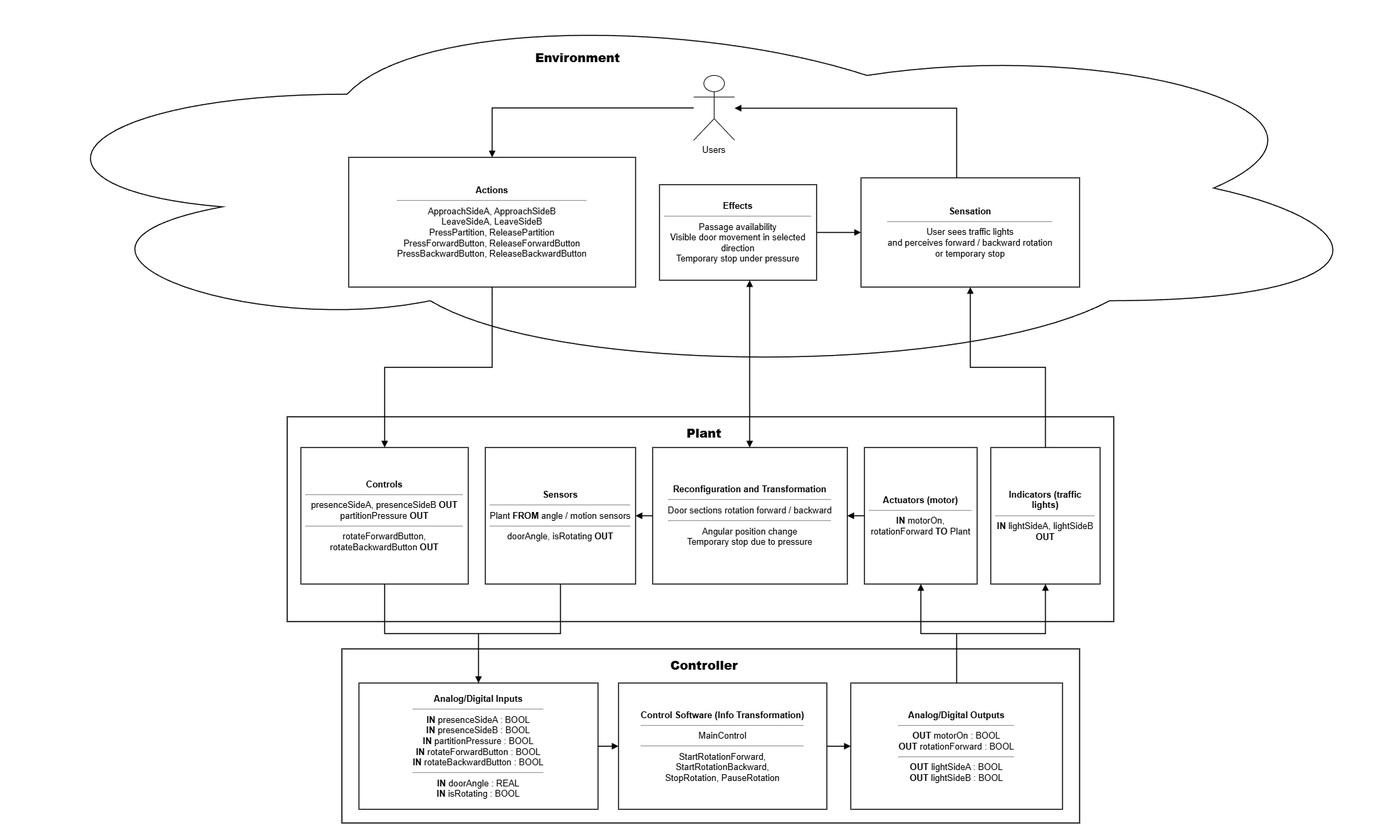
Before: RevolvingDoor_CyberPhysical.png, a diagram exported from draw.io (SkivHisink/AutomationBullShit). Source tidied: cells renumbered, new cells last; positions are measured from the earlier drawing's top-left corner, leaving out a move shared by most shapes.
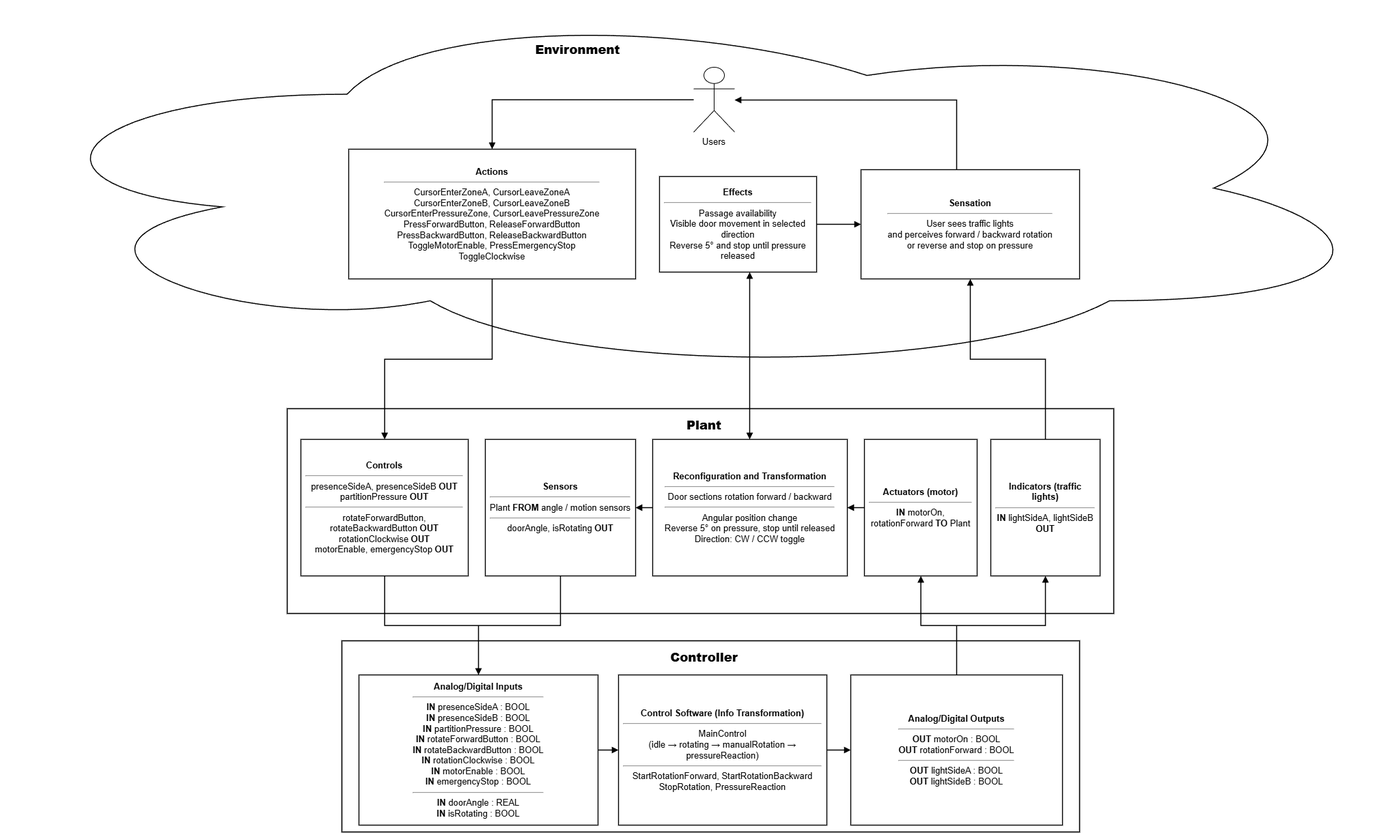
The same file after the commit.

The edit, as a diff of the source:
```diff
@@ -3,7 +3,7 @@
     <mxCell id="0" />
     <mxCell id="1" parent="0" />
     <mxCell id="2" style="shape=cloud;whiteSpace=wrap;html=1;fillColor=#ffffff;strokeColor=#000000;strokeWidth=1.5;" parent="1" vertex="1">
-      <mxGeometry width="2030" height="550" as="geometry" />
+      <mxGeometry y="12" width="2030" height="550" as="geometry" />
     </mxCell>
     <mxCell id="3" value="&lt;b&gt;Environment&lt;/b&gt;" style="text;html=1;align=center;verticalAlign=middle;fontSize=18;fontStyle=1;" parent="1" vertex="1">
       <mxGeometry x="740" y="70" width="210" height="30" as="geometry" />
@@ -11,13 +11,13 @@
     <mxCell id="4" value="Users" style="shape=umlActor;html=1;whiteSpace=wrap;strokeColor=#000000;fillColor=#ffffff;fontSize=13;verticalLabelPosition=bottom;verticalAlign=top;align=center;" parent="1" vertex="1">
       <mxGeometry x="1015" y="110" width="60" height="95" as="geometry" />
     </mxCell>
-    <mxCell id="5" value="&lt;b&gt;Actions&lt;/b&gt;&lt;hr&gt;ApproachSideA, ApproachSideB&lt;br&gt;LeaveSideA, LeaveSideB&lt;br&gt;PressPartition, ReleasePartition&lt;br&gt;PressForwardButton, ReleaseForwardButton&lt;br&gt;PressBackwardButton, ReleaseBackwardButton" style="rounded=0;whiteSpace=wrap;html=1;fillColor=#ffffff;strokeColor=#000000;strokeWidth=1.4;fontSize=13;align=center;verticalAlign=middle;spacing=8;" parent="1" vertex="1">
+    <mxCell id="5" value="&lt;b&gt;Actions&lt;/b&gt;&lt;hr&gt;CursorEnterZoneA, CursorLeaveZoneA&lt;br&gt;CursorEnterZoneB, CursorLeaveZoneB&lt;br&gt;CursorEnterPressureZone, CursorLeavePressureZone&lt;br&gt;PressForwardButton, ReleaseForwardButton&lt;br&gt;PressBackwardButton, ReleaseBackwardButton&lt;br&gt;ToggleMotorEnable, PressEmergencyStop&lt;br&gt;ToggleClockwise" style="rounded=0;whiteSpace=wrap;html=1;fillColor=#ffffff;strokeColor=#000000;strokeWidth=1.4;fontSize=13;align=center;verticalAlign=middle;spacing=8;" parent="1" vertex="1">
       <mxGeometry x="510" y="230" width="420" height="190" as="geometry" />
     </mxCell>
-    <mxCell id="6" value="&lt;b&gt;Effects&lt;/b&gt;&lt;hr&gt;Passage availability&lt;br&gt;Visible door movement in selected direction&lt;br&gt;Temporary stop under pressure" style="rounded=0;whiteSpace=wrap;html=1;fillColor=#ffffff;strokeColor=#000000;strokeWidth=1.4;fontSize=13;align=center;verticalAlign=middle;spacing=8;" parent="1" vertex="1">
+    <mxCell id="6" value="&lt;b&gt;Effects&lt;/b&gt;&lt;hr&gt;Passage availability&lt;br&gt;Visible door movement in selected direction&lt;br&gt;Reverse 5° and stop until pressure released" style="rounded=0;whiteSpace=wrap;html=1;fillColor=#ffffff;strokeColor=#000000;strokeWidth=1.4;fontSize=13;align=center;verticalAlign=middle;spacing=8;" parent="1" vertex="1">
       <mxGeometry x="965" y="270" width="230" height="140" as="geometry" />
     </mxCell>
-    <mxCell id="7" value="&lt;b&gt;Sensation&lt;/b&gt;&lt;hr&gt;User sees traffic lights&lt;br&gt;and perceives forward / backward rotation&lt;br&gt;or temporary stop" style="rounded=0;whiteSpace=wrap;html=1;fillColor=#ffffff;strokeColor=#000000;strokeWidth=1.4;fontSize=13;align=center;verticalAlign=middle;spacing=8;" parent="1" vertex="1">
+    <mxCell id="7" value="&lt;b&gt;Sensation&lt;/b&gt;&lt;hr&gt;User sees traffic lights&lt;br&gt;and perceives forward / backward rotation&lt;br&gt;or reverse and stop on pressure" style="rounded=0;whiteSpace=wrap;html=1;fillColor=#ffffff;strokeColor=#000000;strokeWidth=1.4;fontSize=13;align=center;verticalAlign=middle;spacing=8;" parent="1" vertex="1">
       <mxGeometry x="1260" y="260" width="320" height="160" as="geometry" />
     </mxCell>
     <mxCell id="8" style="rounded=0;whiteSpace=wrap;html=1;fillColor=#ffffff;strokeColor=#000000;strokeWidth=1.6;" parent="1" vertex="1">
@@ -26,13 +26,13 @@
     <mxCell id="9" value="&lt;b&gt;Plant&lt;/b&gt;" style="text;html=1;align=center;verticalAlign=middle;fontSize=18;fontStyle=1;" parent="1" vertex="1">
       <mxGeometry x="985" y="620" width="90" height="30" as="geometry" />
     </mxCell>
-    <mxCell id="10" value="&lt;b&gt;Controls&lt;/b&gt;&lt;hr&gt;presenceSideA, presenceSideB &lt;b&gt;OUT&lt;/b&gt;&lt;br&gt;partitionPressure &lt;b&gt;OUT&lt;/b&gt;&lt;hr&gt;rotateForwardButton, rotateBackwardButton &lt;b&gt;OUT&lt;/b&gt;" style="rounded=0;whiteSpace=wrap;html=1;fillColor=#ffffff;strokeColor=#000000;strokeWidth=1.4;fontSize=13;align=center;verticalAlign=middle;spacing=8;" parent="1" vertex="1">
+    <mxCell id="10" value="&lt;b&gt;Controls&lt;/b&gt;&lt;hr&gt;presenceSideA, presenceSideB &lt;b&gt;OUT&lt;/b&gt;&lt;br&gt;partitionPressure &lt;b&gt;OUT&lt;/b&gt;&lt;hr&gt;rotateForwardButton, rotateBackwardButton &lt;b&gt;OUT&lt;/b&gt;&lt;br&gt;rotationClockwise &lt;b&gt;OUT&lt;/b&gt;&lt;br&gt;motorEnable, emergencyStop &lt;b&gt;OUT&lt;/b&gt;" style="rounded=0;whiteSpace=wrap;html=1;fillColor=#ffffff;strokeColor=#000000;strokeWidth=1.4;fontSize=13;align=center;verticalAlign=middle;spacing=8;" parent="1" vertex="1">
       <mxGeometry x="440" y="655" width="245" height="200" as="geometry" />
     </mxCell>
     <mxCell id="11" value="&lt;b&gt;Sensors&lt;/b&gt;&lt;hr&gt;Plant &lt;b&gt;FROM&lt;/b&gt; angle / motion sensors&lt;hr&gt;doorAngle, isRotating &lt;b&gt;OUT&lt;/b&gt;" style="rounded=0;whiteSpace=wrap;html=1;fillColor=#ffffff;strokeColor=#000000;strokeWidth=1.4;fontSize=13;align=center;verticalAlign=middle;spacing=8;" parent="1" vertex="1">
       <mxGeometry x="710" y="655" width="220" height="200" as="geometry" />
     </mxCell>
-    <mxCell id="12" value="&lt;b&gt;Reconfiguration and Transformation&lt;/b&gt;&lt;hr&gt;Door sections rotation forward / backward&lt;hr&gt;Angular position change&lt;br&gt;Temporary stop due to pressure" style="rounded=0;whiteSpace=wrap;html=1;fillColor=#ffffff;strokeColor=#000000;strokeWidth=1.4;fontSize=13;align=center;verticalAlign=middle;spacing=8;" parent="1" vertex="1">
+    <mxCell id="12" value="&lt;b&gt;Reconfiguration and Transformation&lt;/b&gt;&lt;hr&gt;Door sections rotation forward / backward&lt;hr&gt;Angular position change&lt;br&gt;Reverse 5° on pressure, stop until released&lt;br&gt;Direction: CW / CCW toggle" style="rounded=0;whiteSpace=wrap;html=1;fillColor=#ffffff;strokeColor=#000000;strokeWidth=1.4;fontSize=13;align=center;verticalAlign=middle;spacing=8;" parent="1" vertex="1">
       <mxGeometry x="955" y="655" width="285" height="200" as="geometry" />
     </mxCell>
     <mxCell id="13" value="&lt;b&gt;Actuators (motor)&lt;/b&gt;&lt;hr&gt;&lt;b&gt;IN&lt;/b&gt; motorOn, rotationForward &lt;b&gt;TO&lt;/b&gt; Plant" style="rounded=0;whiteSpace=wrap;html=1;fillColor=#ffffff;strokeColor=#000000;strokeWidth=1.4;fontSize=13;align=center;verticalAlign=middle;spacing=8;" parent="1" vertex="1">
@@ -42,19 +42,19 @@
       <mxGeometry x="1450" y="655" width="160" height="200" as="geometry" />
     </mxCell>
     <mxCell id="15" style="rounded=0;whiteSpace=wrap;html=1;fillColor=#ffffff;strokeColor=#000000;strokeWidth=1.6;" parent="1" vertex="1">
-      <mxGeometry x="500" y="950" width="1080" height="255" as="geometry" />
+      <mxGeometry x="500" y="950" width="1080" height="280" as="geometry" />
     </mxCell>
     <mxCell id="16" value="&lt;b&gt;Controller&lt;/b&gt;" style="text;html=1;align=center;verticalAlign=middle;fontSize=18;fontStyle=1;" parent="1" vertex="1">
       <mxGeometry x="965" y="960" width="130" height="30" as="geometry" />
     </mxCell>
-    <mxCell id="17" value="&lt;b&gt;Analog/Digital Inputs&lt;/b&gt;&lt;hr&gt;&lt;b&gt;IN&lt;/b&gt; presenceSideA : BOOL&lt;br&gt;&lt;b&gt;IN&lt;/b&gt; presenceSideB : BOOL&lt;br&gt;&lt;b&gt;IN&lt;/b&gt; partitionPressure : BOOL&lt;br&gt;&lt;b&gt;IN&lt;/b&gt; rotateForwardButton : BOOL&lt;br&gt;&lt;b&gt;IN&lt;/b&gt; rotateBackwardButton : BOOL&lt;hr&gt;&lt;b&gt;IN&lt;/b&gt; doorAngle : REAL&lt;br&gt;&lt;b&gt;IN&lt;/b&gt; isRotating : BOOL" style="rounded=0;whiteSpace=wrap;html=1;fillColor=#ffffff;strokeColor=#000000;strokeWidth=1.4;fontSize=13;align=center;verticalAlign=middle;spacing=8;" parent="1" vertex="1">
-      <mxGeometry x="525" y="1000" width="350" height="185" as="geometry" />
+    <mxCell id="17" value="&lt;b&gt;Analog/Digital Inputs&lt;/b&gt;&lt;hr&gt;&lt;b&gt;IN&lt;/b&gt; presenceSideA : BOOL&lt;br&gt;&lt;b&gt;IN&lt;/b&gt; presenceSideB : BOOL&lt;br&gt;&lt;b&gt;IN&lt;/b&gt; partitionPressure : BOOL&lt;br&gt;&lt;b&gt;IN&lt;/b&gt; rotateForwardButton : BOOL&lt;br&gt;&lt;b&gt;IN&lt;/b&gt; rotateBackwardButton : BOOL&lt;br&gt;&lt;b&gt;IN&lt;/b&gt; rotationClockwise : BOOL&lt;br&gt;&lt;b&gt;IN&lt;/b&gt; motorEnable : BOOL&lt;br&gt;&lt;b&gt;IN&lt;/b&gt; emergencyStop : BOOL&lt;hr&gt;&lt;b&gt;IN&lt;/b&gt; doorAngle : REAL&lt;br&gt;&lt;b&gt;IN&lt;/b&gt; isRotating : BOOL" style="rounded=0;whiteSpace=wrap;html=1;fillColor=#ffffff;strokeColor=#000000;strokeWidth=1.4;fontSize=13;align=center;verticalAlign=middle;spacing=8;" parent="1" vertex="1">
+      <mxGeometry x="525" y="1000" width="350" height="220" as="geometry" />
     </mxCell>
-    <mxCell id="18" value="&lt;b&gt;Control Software (Info Transformation)&lt;/b&gt;&lt;hr&gt;MainControl&lt;hr&gt;StartRotationForward,&lt;br&gt;StartRotationBackward,&lt;br&gt;StopRotation, PauseRotation" style="rounded=0;whiteSpace=wrap;html=1;fillColor=#ffffff;strokeColor=#000000;strokeWidth=1.4;fontSize=13;align=center;verticalAlign=middle;spacing=8;" parent="1" vertex="1">
-      <mxGeometry x="905" y="1000" width="305" height="185" as="geometry" />
+    <mxCell id="18" value="&lt;b&gt;Control Software (Info Transformation)&lt;/b&gt;&lt;hr&gt;MainControl&lt;br&gt;(idle → rotating → manualRotation → pressureReaction)&lt;hr&gt;StartRotationForward, StartRotationBackward&lt;br&gt;StopRotation, PressureReaction" style="rounded=0;whiteSpace=wrap;html=1;fillColor=#ffffff;strokeColor=#000000;strokeWidth=1.4;fontSize=13;align=center;verticalAlign=middle;spacing=8;" parent="1" vertex="1">
+      <mxGeometry x="905" y="1000" width="305" height="220" as="geometry" />
     </mxCell>
     <mxCell id="19" value="&lt;b&gt;Analog/Digital Outputs&lt;/b&gt;&lt;hr&gt;&lt;b&gt;OUT&lt;/b&gt; motorOn : BOOL&lt;br&gt;&lt;b&gt;OUT&lt;/b&gt; rotationForward : BOOL&lt;hr&gt;&lt;b&gt;OUT&lt;/b&gt; lightSideA : BOOL&lt;br&gt;&lt;b&gt;OUT&lt;/b&gt; lightSideB : BOOL" style="rounded=0;whiteSpace=wrap;html=1;fillColor=#ffffff;strokeColor=#000000;strokeWidth=1.4;fontSize=13;align=center;verticalAlign=middle;spacing=8;" parent="1" vertex="1">
-      <mxGeometry x="1245" y="1000" width="310" height="185" as="geometry" />
+      <mxGeometry x="1245" y="1000" width="310" height="220" as="geometry" />
     </mxCell>
     <mxCell id="20" style="edgeStyle=orthogonalEdgeStyle;rounded=0;jettySize=auto;html=1;strokeColor=#000000;strokeWidth=1.5;endArrow=block;endFill=1;" parent="1" edge="1" source="4" target="5">
       <mxGeometry relative="1" as="geometry" />
```
